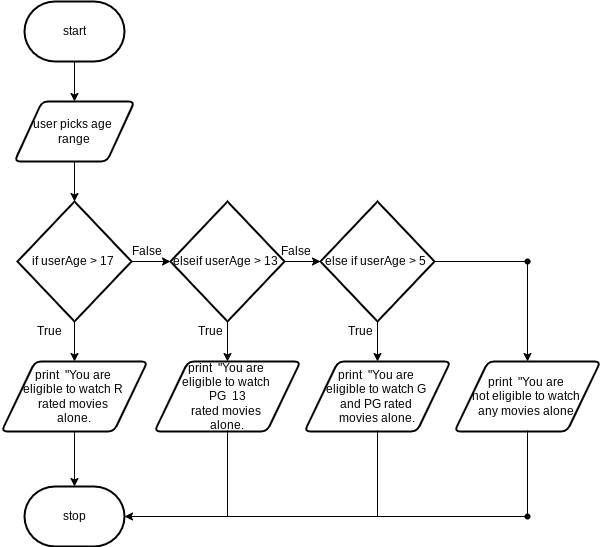
Earlier version of the draw.io export design/flowchart.png (zaida-hammel/ICS2O-Unit5-03-JS). Source tidied: cells renumbered, new cells last; positions are measured from the earlier drawing's top-left corner, leaving out a move shared by most shapes. The source it was exported from:
```xml
<mxGraphModel>
  <root>
    <mxCell id="0" />
    <mxCell id="1" parent="0" />
    <mxCell id="2" style="edgeStyle=none;html=1;" parent="1" edge="1" source="3" target="5">
      <mxGeometry relative="1" as="geometry" />
    </mxCell>
    <mxCell id="3" value="start" style="strokeWidth=2;html=1;shape=mxgraph.flowchart.terminator;whiteSpace=wrap;" parent="1" vertex="1">
      <mxGeometry x="23" width="100" height="60" as="geometry" />
    </mxCell>
    <mxCell id="4" style="edgeStyle=none;html=1;" parent="1" edge="1" source="5" target="8">
      <mxGeometry relative="1" as="geometry" />
    </mxCell>
    <mxCell id="5" value="user picks age &lt;br&gt;range" style="shape=parallelogram;html=1;strokeWidth=2;perimeter=parallelogramPerimeter;whiteSpace=wrap;rounded=1;arcSize=12;size=0.23;" parent="1" vertex="1">
      <mxGeometry x="13" y="100" width="120" height="60" as="geometry" />
    </mxCell>
    <mxCell id="6" style="edgeStyle=none;html=1;" parent="1" edge="1" source="8" target="11">
      <mxGeometry relative="1" as="geometry" />
    </mxCell>
    <mxCell id="7" style="edgeStyle=none;html=1;" parent="1" edge="1" source="8" target="15">
      <mxGeometry relative="1" as="geometry" />
    </mxCell>
    <mxCell id="8" value="if userAge &amp;gt; 17&amp;nbsp;" style="strokeWidth=2;html=1;shape=mxgraph.flowchart.decision;whiteSpace=wrap;" parent="1" vertex="1">
      <mxGeometry x="16" y="200" width="114" height="120" as="geometry" />
    </mxCell>
    <mxCell id="9" style="edgeStyle=none;html=1;" parent="1" edge="1" source="11" target="16">
      <mxGeometry relative="1" as="geometry" />
    </mxCell>
    <mxCell id="10" style="edgeStyle=none;html=1;entryX=0;entryY=0.5;entryDx=0;entryDy=0;entryPerimeter=0;" parent="1" edge="1" source="11" target="13">
      <mxGeometry relative="1" as="geometry" />
    </mxCell>
    <mxCell id="11" value="elseif userAge &amp;gt; 13&amp;nbsp;" style="strokeWidth=2;html=1;shape=mxgraph.flowchart.decision;whiteSpace=wrap;" parent="1" vertex="1">
      <mxGeometry x="169" y="200" width="114" height="120" as="geometry" />
    </mxCell>
    <mxCell id="12" style="edgeStyle=none;html=1;" parent="1" edge="1" source="13" target="17">
      <mxGeometry relative="1" as="geometry" />
    </mxCell>
    <mxCell id="13" value="else if userAge &amp;gt; 5&amp;nbsp;" style="strokeWidth=2;html=1;shape=mxgraph.flowchart.decision;whiteSpace=wrap;" parent="1" vertex="1">
      <mxGeometry x="319" y="200" width="114" height="120" as="geometry" />
    </mxCell>
    <mxCell id="14" style="edgeStyle=none;html=1;entryX=0.5;entryY=0;entryDx=0;entryDy=0;entryPerimeter=0;" parent="1" edge="1" source="15" target="26">
      <mxGeometry relative="1" as="geometry" />
    </mxCell>
    <mxCell id="15" value="print&amp;nbsp; &quot;You are &lt;br&gt;eligible to watch R &lt;br&gt;rated movies &lt;br&gt;alone." style="shape=parallelogram;html=1;strokeWidth=2;perimeter=parallelogramPerimeter;whiteSpace=wrap;rounded=1;arcSize=12;size=0.23;" parent="1" vertex="1">
      <mxGeometry y="360" width="146" height="70" as="geometry" />
    </mxCell>
    <mxCell id="16" value="print&amp;nbsp; &quot;You are &lt;br&gt;eligible to watch &lt;br&gt;PG&amp;nbsp; 13&lt;br&gt;rated movies &lt;br&gt;alone." style="shape=parallelogram;html=1;strokeWidth=2;perimeter=parallelogramPerimeter;whiteSpace=wrap;rounded=1;arcSize=12;size=0.23;" parent="1" vertex="1">
      <mxGeometry x="153" y="360" width="146" height="70" as="geometry" />
    </mxCell>
    <mxCell id="17" value="print&amp;nbsp; &quot;You are &lt;br&gt;eligible to watch G &lt;br&gt;and PG rated &lt;br&gt;movies alone." style="shape=parallelogram;html=1;strokeWidth=2;perimeter=parallelogramPerimeter;whiteSpace=wrap;rounded=1;arcSize=12;size=0.23;" parent="1" vertex="1">
      <mxGeometry x="303" y="360" width="146" height="70" as="geometry" />
    </mxCell>
    <mxCell id="18" value="False" style="text;html=1;align=center;verticalAlign=middle;strokeColor=none;fillColor=none;" parent="1" vertex="1">
      <mxGeometry x="120" y="240" width="50" height="20" as="geometry" />
    </mxCell>
    <mxCell id="19" value="False" style="text;html=1;align=center;verticalAlign=middle;strokeColor=none;fillColor=none;" parent="1" vertex="1">
      <mxGeometry x="269" y="240" width="50" height="20" as="geometry" />
    </mxCell>
    <mxCell id="20" value="True" style="text;html=1;align=center;verticalAlign=middle;strokeColor=none;fillColor=none;" parent="1" vertex="1">
      <mxGeometry x="28" y="320" width="40" height="20" as="geometry" />
    </mxCell>
    <mxCell id="21" value="True" style="text;html=1;align=center;verticalAlign=middle;strokeColor=none;fillColor=none;" parent="1" vertex="1">
      <mxGeometry x="189" y="320" width="40" height="20" as="geometry" />
    </mxCell>
    <mxCell id="22" value="True" style="text;html=1;align=center;verticalAlign=middle;strokeColor=none;fillColor=none;" parent="1" vertex="1">
      <mxGeometry x="339" y="320" width="40" height="20" as="geometry" />
    </mxCell>
    <mxCell id="23" style="edgeStyle=none;html=1;" parent="1" edge="1" source="25" target="24">
      <mxGeometry relative="1" as="geometry" />
    </mxCell>
    <mxCell id="24" value="print&amp;nbsp; &quot;You are &lt;br&gt;not eligible to watch &lt;br&gt;any movies alone." style="shape=parallelogram;html=1;strokeWidth=2;perimeter=parallelogramPerimeter;whiteSpace=wrap;rounded=1;arcSize=12;size=0.23;" parent="1" vertex="1">
      <mxGeometry x="453" y="360" width="146" height="70" as="geometry" />
    </mxCell>
    <mxCell id="25" style="shape=waypoint;sketch=0;size=6;points=[];fillColor=none;perimeter=centerPerimeter;snapToPoint=1;" parent="1" vertex="1">
      <mxGeometry x="506" y="240" width="40" height="40" as="geometry" />
    </mxCell>
    <mxCell id="26" value="stop" style="strokeWidth=2;html=1;shape=mxgraph.flowchart.terminator;whiteSpace=wrap;" parent="1" vertex="1">
      <mxGeometry x="23" y="485" width="100" height="60" as="geometry" />
    </mxCell>
    <mxCell id="27" style="edgeStyle=none;html=1;" parent="1" edge="1" source="28" target="26">
      <mxGeometry relative="1" as="geometry" />
    </mxCell>
    <mxCell id="28" style="shape=waypoint;sketch=0;size=6;points=[];fillColor=none;perimeter=centerPerimeter;snapToPoint=1;" parent="1" vertex="1">
      <mxGeometry x="506" y="495" width="40" height="40" as="geometry" />
    </mxCell>
    <mxCell id="29" style="line;strokeWidth=1;html=1;rotation=90;" parent="1" vertex="1">
      <mxGeometry x="483" y="467" width="86" height="10" as="geometry" />
    </mxCell>
    <mxCell id="30" style="line;strokeWidth=1;html=1;rotation=90;" parent="1" vertex="1">
      <mxGeometry x="333" y="467" width="86" height="10" as="geometry" />
    </mxCell>
    <mxCell id="31" style="line;strokeWidth=1;html=1;rotation=90;" parent="1" vertex="1">
      <mxGeometry x="183" y="467" width="86" height="10" as="geometry" />
    </mxCell>
    <mxCell id="32" style="line;strokeWidth=1;html=1;" parent="1" vertex="1">
      <mxGeometry x="433" y="255" width="96" height="10" as="geometry" />
    </mxCell>
  </root>
</mxGraphModel>
```
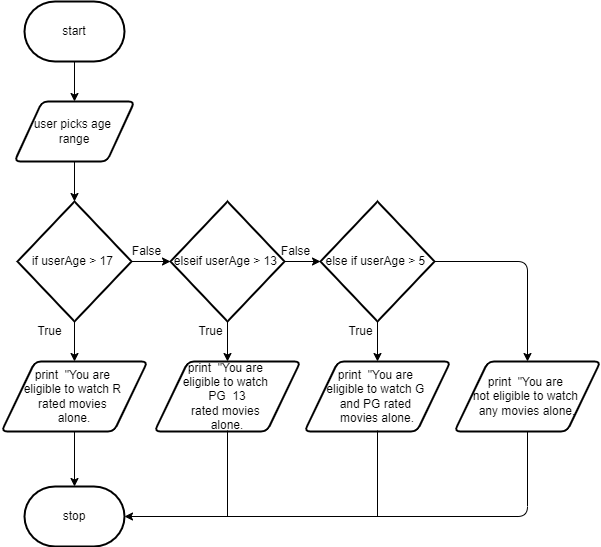
After the change.

What changed in the source:
```diff
@@ -65,35 +65,27 @@
     <mxCell id="22" value="True" style="text;html=1;align=center;verticalAlign=middle;strokeColor=none;fillColor=none;" parent="1" vertex="1">
       <mxGeometry x="339" y="320" width="40" height="20" as="geometry" />
     </mxCell>
-    <mxCell id="23" style="edgeStyle=none;html=1;" parent="1" edge="1" source="25" target="24">
-      <mxGeometry relative="1" as="geometry" />
-    </mxCell>
     <mxCell id="24" value="print&amp;nbsp; &quot;You are &lt;br&gt;not eligible to watch &lt;br&gt;any movies alone." style="shape=parallelogram;html=1;strokeWidth=2;perimeter=parallelogramPerimeter;whiteSpace=wrap;rounded=1;arcSize=12;size=0.23;" parent="1" vertex="1">
       <mxGeometry x="453" y="360" width="146" height="70" as="geometry" />
     </mxCell>
-    <mxCell id="25" style="shape=waypoint;sketch=0;size=6;points=[];fillColor=none;perimeter=centerPerimeter;snapToPoint=1;" parent="1" vertex="1">
-      <mxGeometry x="506" y="240" width="40" height="40" as="geometry" />
-    </mxCell>
     <mxCell id="26" value="stop" style="strokeWidth=2;html=1;shape=mxgraph.flowchart.terminator;whiteSpace=wrap;" parent="1" vertex="1">
       <mxGeometry x="23" y="485" width="100" height="60" as="geometry" />
     </mxCell>
-    <mxCell id="27" style="edgeStyle=none;html=1;" parent="1" edge="1" source="28" target="26">
-      <mxGeometry relative="1" as="geometry" />
-    </mxCell>
-    <mxCell id="28" style="shape=waypoint;sketch=0;size=6;points=[];fillColor=none;perimeter=centerPerimeter;snapToPoint=1;" parent="1" vertex="1">
-      <mxGeometry x="506" y="495" width="40" height="40" as="geometry" />
-    </mxCell>
-    <mxCell id="29" style="line;strokeWidth=1;html=1;rotation=90;" parent="1" vertex="1">
-      <mxGeometry x="483" y="467" width="86" height="10" as="geometry" />
-    </mxCell>
     <mxCell id="30" style="line;strokeWidth=1;html=1;rotation=90;" parent="1" vertex="1">
       <mxGeometry x="333" y="467" width="86" height="10" as="geometry" />
     </mxCell>
     <mxCell id="31" style="line;strokeWidth=1;html=1;rotation=90;" parent="1" vertex="1">
       <mxGeometry x="183" y="467" width="86" height="10" as="geometry" />
     </mxCell>
-    <mxCell id="32" style="line;strokeWidth=1;html=1;" parent="1" vertex="1">
-      <mxGeometry x="433" y="255" width="96" height="10" as="geometry" />
+    <mxCell id="32" style="edgeStyle=segmentEdgeStyle;endArrow=classic;html=1;exitX=1;exitY=0.5;exitDx=0;exitDy=0;exitPerimeter=0;entryX=0.5;entryY=0;entryDx=0;entryDy=0;" parent="1" edge="1" source="13" target="24">
+      <mxGeometry relative="1" as="geometry" />
     </mxCell>
+    <mxCell id="33" style="edgeStyle=segmentEdgeStyle;endArrow=classic;html=1;exitX=0.5;exitY=1;exitDx=0;exitDy=0;entryX=1;entryY=0.5;entryDx=0;entryDy=0;entryPerimeter=0;" parent="1" edge="1" source="24" target="26">
+      <mxGeometry relative="1" as="geometry">
+        <Array as="points">
+          <mxPoint x="526" y="515" />
+        </Array>
+      </mxGeometry>
+    </mxCell>
   </root>
 </mxGraphModel>
```
